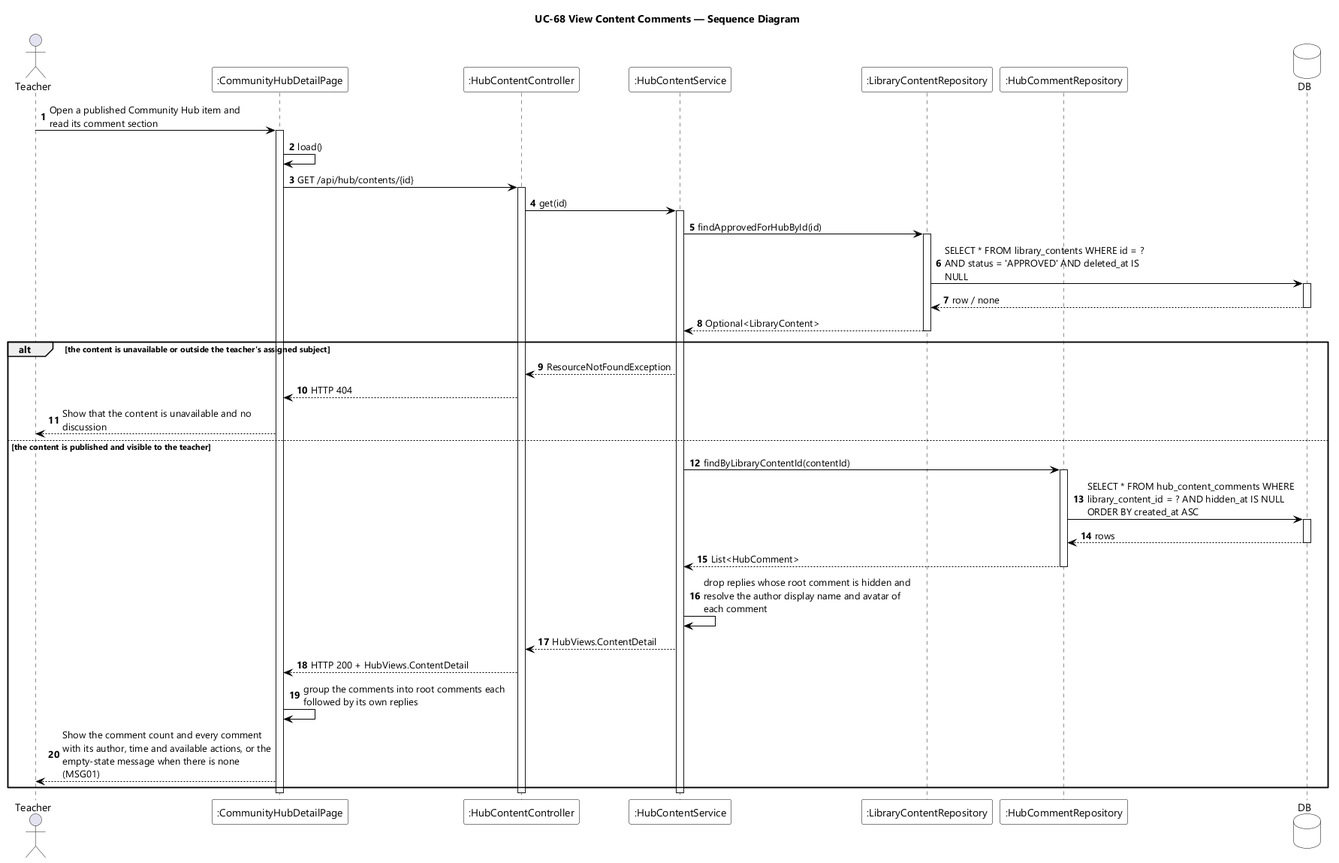
Above: designs/sds-diagrams/uc68/uc68-sequence-diagram.png in EduA-system/EduA-system (PlantUML), before the change. Source of this version:
```plantuml
@startuml UC-68 View Content Comments - Sequence Diagram
skinparamlocked dpi 96
skinparam defaultFontName "Segoe UI"
skinparam shadowing false
skinparam ParticipantBackgroundColor #FFFFFF
skinparam ParticipantBorderColor #000000
skinparam DatabaseBackgroundColor #FFFFFF
skinparam DatabaseBorderColor #000000
skinparam ArrowColor #000000
skinparam sequenceMessageAlign left
skinparam maxMessageSize 280
title UC-68 View Content Comments — Sequence Diagram

actor Teacher
participant ":CommunityHubDetailPage" as UI
participant ":HubContentController" as CTL
participant ":HubContentService" as SVC
participant ":LibraryContentRepository" as CONTENTS
participant ":HubCommentRepository" as COMMENTS
database DB

autonumber
Teacher -> UI : Open a published Community Hub item and read its comment section
activate UI
UI -> UI : load()
UI -> CTL : GET /api/hub/contents/{id}
activate CTL
CTL -> SVC : get(id)
activate SVC

SVC -> CONTENTS : findApprovedForHubById(id)
activate CONTENTS
CONTENTS -> DB : SELECT * FROM library_contents WHERE id = ? AND status = 'APPROVED' AND deleted_at IS NULL
activate DB
DB --> CONTENTS : row / none
deactivate DB
CONTENTS --> SVC : Optional<LibraryContent>
deactivate CONTENTS

alt the content is unavailable or outside the teacher's assigned subject
  SVC --> CTL : ResourceNotFoundException
  CTL --> UI : HTTP 404
  UI --> Teacher : Show that the content is unavailable and no discussion

else the content is published and visible to the teacher
  SVC -> COMMENTS : findByLibraryContentId(contentId)
  activate COMMENTS
  COMMENTS -> DB : SELECT * FROM hub_content_comments WHERE library_content_id = ? AND hidden_at IS NULL ORDER BY created_at ASC
  activate DB
  DB --> COMMENTS : rows
  deactivate DB
  COMMENTS --> SVC : List<HubComment>
  deactivate COMMENTS
  SVC -> SVC : drop replies whose root comment is hidden and resolve the author display name and avatar of each comment
  SVC --> CTL : HubViews.ContentDetail
  CTL --> UI : HTTP 200 + HubViews.ContentDetail
  UI -> UI : group the comments into root comments each followed by its own replies
  UI --> Teacher : Show the comment count and every comment with its author, time and available actions, or the empty-state message when there is none (MSG01)
end

deactivate SVC
deactivate CTL
deactivate UI
@enduml
```
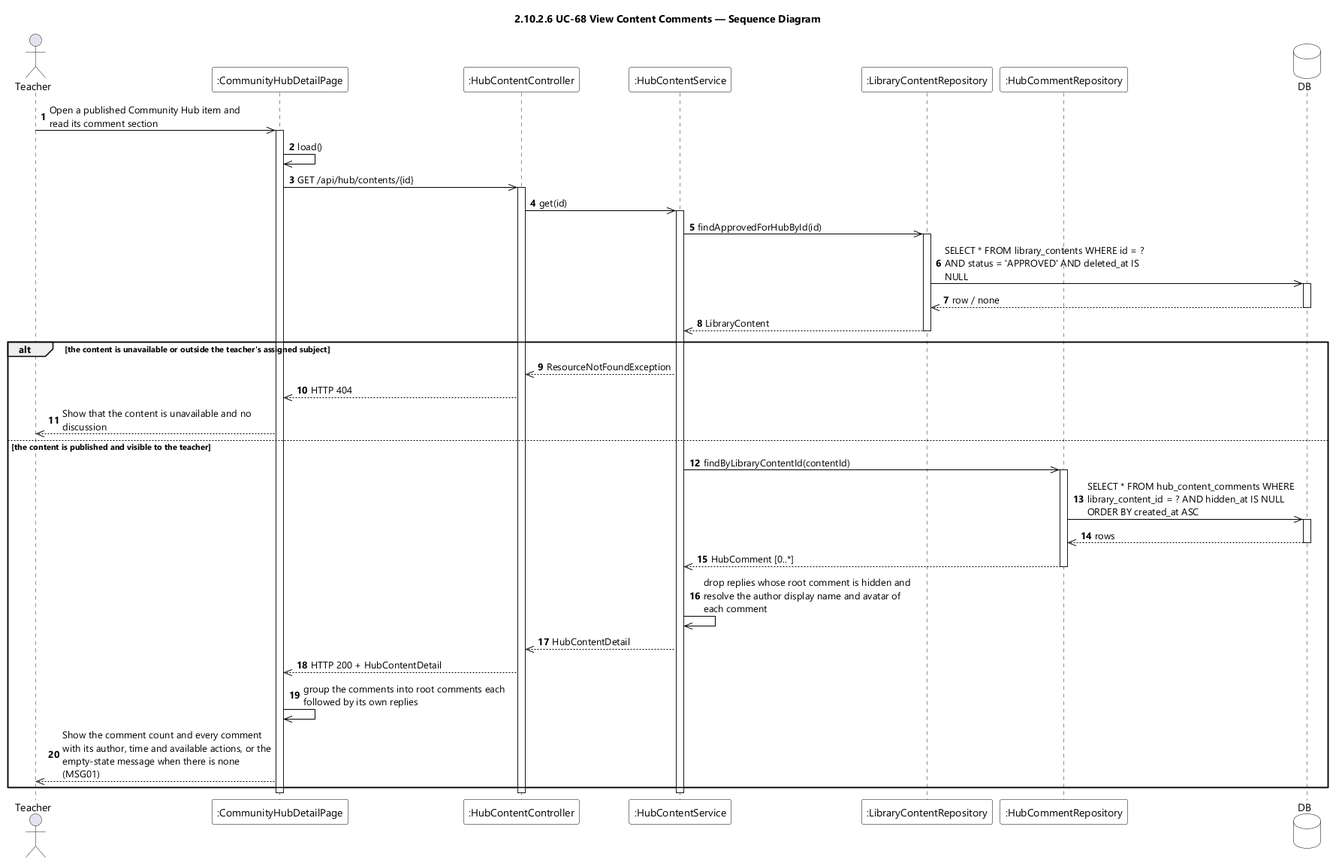
The same file after the commit.

Change to the diagram source:
```diff
@@ -9,7 +9,7 @@
 skinparam ArrowColor #000000
 skinparam sequenceMessageAlign left
 skinparam maxMessageSize 280
-title UC-68 View Content Comments — Sequence Diagram
+title 2.10.2.6 UC-68 View Content Comments — Sequence Diagram
 
 actor Teacher
 participant ":CommunityHubDetailPage" as UI
@@ -20,42 +20,42 @@
 database DB
 
 autonumber
-Teacher -> UI : Open a published Community Hub item and read its comment section
+Teacher ->> UI : Open a published Community Hub item and read its comment section
 activate UI
-UI -> UI : load()
-UI -> CTL : GET /api/hub/contents/{id}
+UI ->> UI : load()
+UI ->> CTL : GET /api/hub/contents/{id}
 activate CTL
-CTL -> SVC : get(id)
+CTL ->> SVC : get(id)
 activate SVC
 
-SVC -> CONTENTS : findApprovedForHubById(id)
+SVC ->> CONTENTS : findApprovedForHubById(id)
 activate CONTENTS
-CONTENTS -> DB : SELECT * FROM library_contents WHERE id = ? AND status = 'APPROVED' AND deleted_at IS NULL
+CONTENTS ->> DB : SELECT * FROM library_contents WHERE id = ? AND status = 'APPROVED' AND deleted_at IS NULL
 activate DB
-DB --> CONTENTS : row / none
+DB -->> CONTENTS : row / none
 deactivate DB
-CONTENTS --> SVC : Optional<LibraryContent>
+CONTENTS -->> SVC : LibraryContent
 deactivate CONTENTS
 
 alt the content is unavailable or outside the teacher's assigned subject
-  SVC --> CTL : ResourceNotFoundException
-  CTL --> UI : HTTP 404
-  UI --> Teacher : Show that the content is unavailable and no discussion
+  SVC -->> CTL : ResourceNotFoundException
+  CTL -->> UI : HTTP 404
+  UI -->> Teacher : Show that the content is unavailable and no discussion
 
 else the content is published and visible to the teacher
-  SVC -> COMMENTS : findByLibraryContentId(contentId)
+  SVC ->> COMMENTS : findByLibraryContentId(contentId)
   activate COMMENTS
-  COMMENTS -> DB : SELECT * FROM hub_content_comments WHERE library_content_id = ? AND hidden_at IS NULL ORDER BY created_at ASC
+  COMMENTS ->> DB : SELECT * FROM hub_content_comments WHERE library_content_id = ? AND hidden_at IS NULL ORDER BY created_at ASC
   activate DB
-  DB --> COMMENTS : rows
+  DB -->> COMMENTS : rows
   deactivate DB
-  COMMENTS --> SVC : List<HubComment>
+  COMMENTS -->> SVC : HubComment [0..*]
   deactivate COMMENTS
-  SVC -> SVC : drop replies whose root comment is hidden and resolve the author display name and avatar of each comment
-  SVC --> CTL : HubViews.ContentDetail
-  CTL --> UI : HTTP 200 + HubViews.ContentDetail
-  UI -> UI : group the comments into root comments each followed by its own replies
-  UI --> Teacher : Show the comment count and every comment with its author, time and available actions, or the empty-state message when there is none (MSG01)
+  SVC ->> SVC : drop replies whose root comment is hidden and resolve the author display name and avatar of each comment
+  SVC -->> CTL : HubContentDetail
+  CTL -->> UI : HTTP 200 + HubContentDetail
+  UI ->> UI : group the comments into root comments each followed by its own replies
+  UI -->> Teacher : Show the comment count and every comment with its author, time and available actions, or the empty-state message when there is none (MSG01)
 end
 
 deactivate SVC
```
